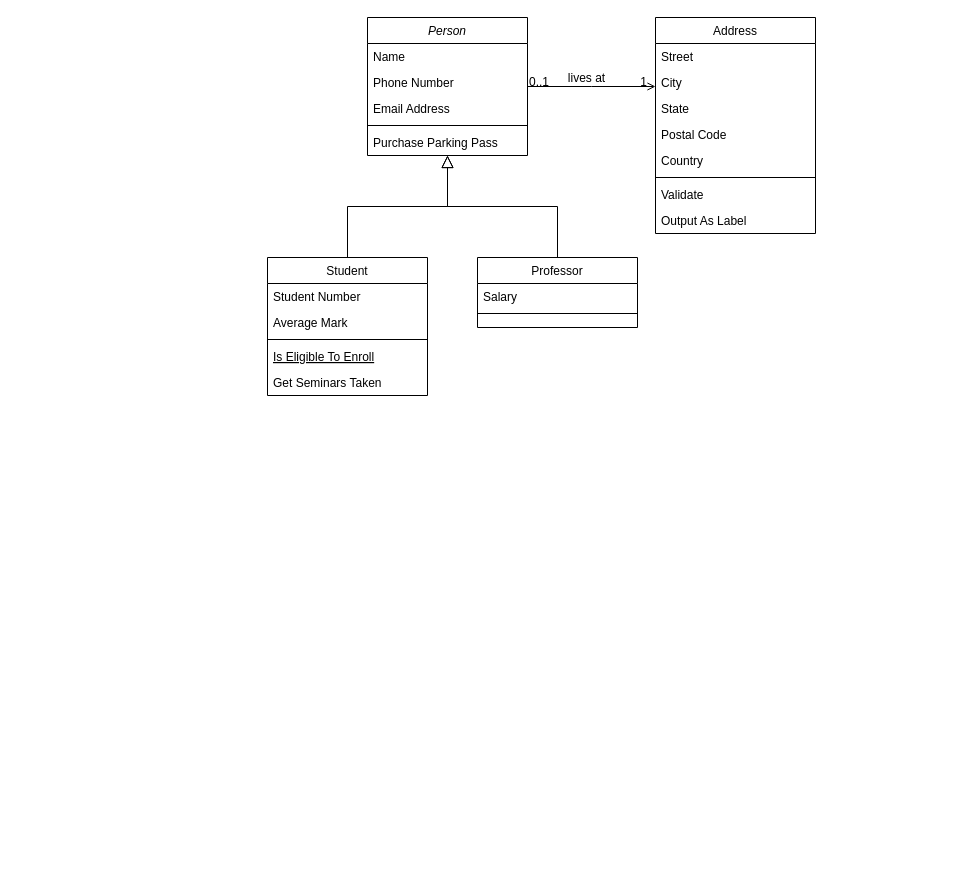
Earlier version of the draw.io diagram Ex01.drawio (JesCat16/Mod_Software). Source tidied: cells renumbered, new cells numbered last; positions are measured from the earlier drawing's top-left corner, leaving out a move shared by most shapes. Both pictures are drawn from the tidied source at 100%, with x=0, y=0 at pixel (267, 17).
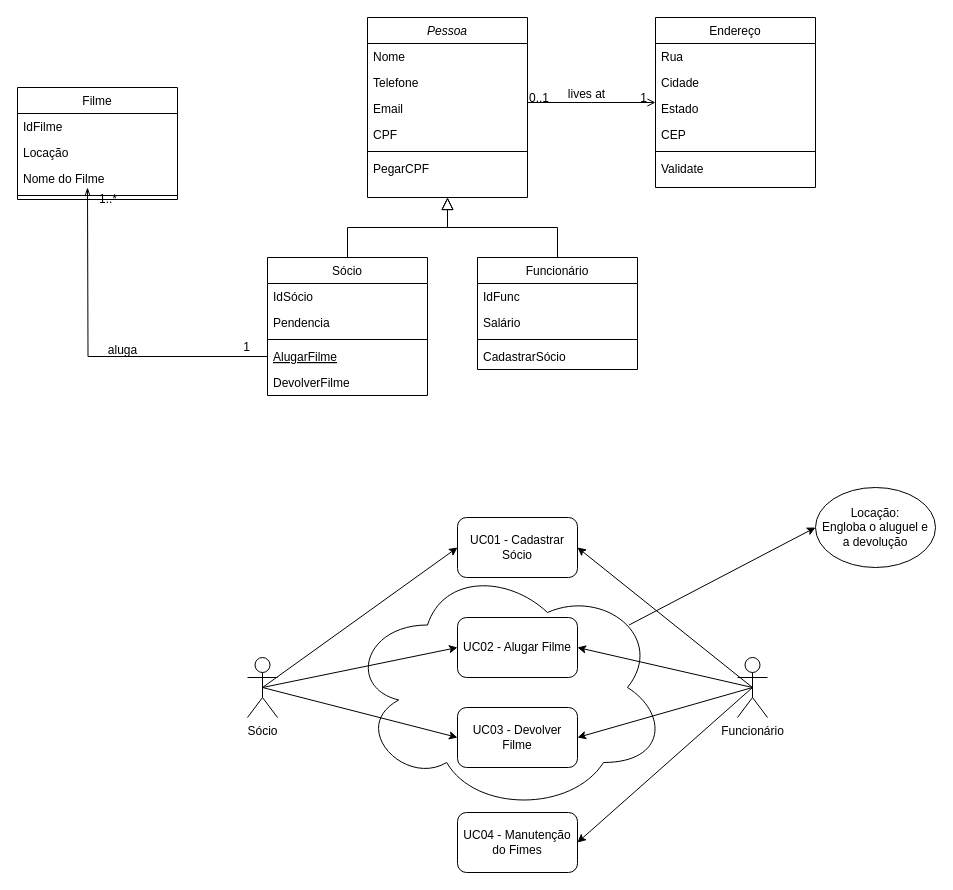
Above is the later version.

Change to the diagram source:
```diff
@@
+    <mxCell id="32" style="edgeStyle=none;rounded=0;jettySize=auto;html=1;exitX=0.88;exitY=0.25;exitDx=0;exitDy=0;exitPerimeter=0;entryX=0;entryY=0.5;entryDx=0;entryDy=0;" parent="1" edge="1" source="33" target="51">
+      <mxGeometry relative="1" as="geometry" />
+    </mxCell>
+    <mxCell id="33" style="ellipse;shape=cloud;whiteSpace=wrap;html=1;" parent="1" vertex="1">
+      <mxGeometry x="80" y="545" width="320" height="250" as="geometry" />
+    </mxCell>
-    <mxCell id="2" value="Person" style="swimlane;fontStyle=2;align=center;verticalAlign=top;horizontal=1;startSize=26;rounded=0;shadow=0;strokeWidth=1;" parent="1" vertex="1">
-      <mxGeometry x="100" width="160" height="138" as="geometry" />
+    <mxCell id="2" value="Pessoa" style="swimlane;fontStyle=2;align=center;verticalAlign=top;horizontal=1;startSize=26;rounded=0;shadow=0;strokeWidth=1;" parent="1" vertex="1">
+      <mxGeometry x="100" width="160" height="180" as="geometry" />
     </mxCell>
-    <mxCell id="3" value="Name" style="text;align=left;verticalAlign=top;spacingLeft=4;spacingRight=4;overflow=hidden;" parent="2" vertex="1">
+    <mxCell id="3" value="Nome" style="text;align=left;verticalAlign=top;spacingLeft=4;spacingRight=4;overflow=hidden;" parent="2" vertex="1">
       <mxGeometry y="26" width="160" height="26" as="geometry" />
     </mxCell>
-    <mxCell id="4" value="Phone Number" style="text;align=left;verticalAlign=top;spacingLeft=4;spacingRight=4;overflow=hidden;rounded=0;shadow=0;html=0;" parent="2" vertex="1">
+    <mxCell id="4" value="Telefone" style="text;align=left;verticalAlign=top;spacingLeft=4;spacingRight=4;overflow=hidden;rounded=0;shadow=0;html=0;" parent="2" vertex="1">
       <mxGeometry y="52" width="160" height="26" as="geometry" />
     </mxCell>
+    <mxCell id="34" value="Email " style="text;align=left;verticalAlign=top;spacingLeft=4;spacingRight=4;overflow=hidden;rounded=0;shadow=0;html=0;" parent="2" vertex="1">
+      <mxGeometry y="78" width="160" height="26" as="geometry" />
+    </mxCell>
-    <mxCell id="5" value="Email Address" style="text;align=left;verticalAlign=top;spacingLeft=4;spacingRight=4;overflow=hidden;rounded=0;shadow=0;html=0;" parent="2" vertex="1">
-      <mxGeometry y="78" width="160" height="26" as="geometry" />
+    <mxCell id="5" value="CPF" style="text;align=left;verticalAlign=top;spacingLeft=4;spacingRight=4;overflow=hidden;rounded=0;shadow=0;html=0;" parent="2" vertex="1">
+      <mxGeometry y="104" width="160" height="26" as="geometry" />
     </mxCell>
     <mxCell id="6" style="line;html=1;strokeWidth=1;align=left;verticalAlign=middle;spacingTop=-1;spacingLeft=3;spacingRight=3;labelPosition=right;" parent="2" vertex="1">
-      <mxGeometry y="104" width="160" height="8" as="geometry" />
+      <mxGeometry y="130" width="160" height="8" as="geometry" />
     </mxCell>
-    <mxCell id="7" value="Purchase Parking Pass" style="text;align=left;verticalAlign=top;spacingLeft=4;spacingRight=4;overflow=hidden;" parent="2" vertex="1">
-      <mxGeometry y="112" width="160" height="26" as="geometry" />
+    <mxCell id="7" value="PegarCPF" style="text;align=left;verticalAlign=top;spacingLeft=4;spacingRight=4;overflow=hidden;" parent="2" vertex="1">
+      <mxGeometry y="138" width="160" height="26" as="geometry" />
     </mxCell>
-    <mxCell id="8" value="Student" style="swimlane;fontStyle=0;align=center;verticalAlign=top;horizontal=1;startSize=26;rounded=0;shadow=0;strokeWidth=1;" parent="1" vertex="1">
+    <mxCell id="8" value="Sócio" style="swimlane;fontStyle=0;align=center;verticalAlign=top;horizontal=1;startSize=26;rounded=0;shadow=0;strokeWidth=1;" parent="1" vertex="1">
       <mxGeometry y="240" width="160" height="138" as="geometry" />
     </mxCell>
-    <mxCell id="9" value="Student Number" style="text;align=left;verticalAlign=top;spacingLeft=4;spacingRight=4;overflow=hidden;" parent="8" vertex="1">
+    <mxCell id="9" value="IdSócio" style="text;align=left;verticalAlign=top;spacingLeft=4;spacingRight=4;overflow=hidden;" parent="8" vertex="1">
       <mxGeometry y="26" width="160" height="26" as="geometry" />
     </mxCell>
-    <mxCell id="10" value="Average Mark" style="text;align=left;verticalAlign=top;spacingLeft=4;spacingRight=4;overflow=hidden;rounded=0;shadow=0;html=0;" parent="8" vertex="1">
+    <mxCell id="10" value="Pendencia" style="text;align=left;verticalAlign=top;spacingLeft=4;spacingRight=4;overflow=hidden;rounded=0;shadow=0;html=0;" parent="8" vertex="1">
       <mxGeometry y="52" width="160" height="26" as="geometry" />
     </mxCell>
@@
+    <mxCell id="35" style="edgeStyle=orthogonalEdgeStyle;rounded=0;jettySize=auto;html=1;exitX=0;exitY=0.5;exitDx=0;exitDy=0;endArrow=openThin;endFill=0;" parent="8" edge="1" source="12">
+      <mxGeometry relative="1" as="geometry">
+        <mxPoint x="-180" y="-70" as="targetPoint" />
+      </mxGeometry>
+    </mxCell>
-    <mxCell id="12" value="Is Eligible To Enroll" style="text;align=left;verticalAlign=top;spacingLeft=4;spacingRight=4;overflow=hidden;points=[[0,0.5],[1,0.5]];portConstraint=eastwest;fontStyle=4;" parent="8" vertex="1">
+    <mxCell id="12" value="AlugarFilme" style="text;align=left;verticalAlign=top;spacingLeft=4;spacingRight=4;overflow=hidden;points=[[0,0.5],[1,0.5]];portConstraint=eastwest;fontStyle=4;" parent="8" vertex="1">
       <mxGeometry y="86" width="160" height="26" as="geometry" />
     </mxCell>
-    <mxCell id="13" value="Get Seminars Taken" style="text;align=left;verticalAlign=top;spacingLeft=4;spacingRight=4;overflow=hidden;" parent="8" vertex="1">
+    <mxCell id="13" value="DevolverFilme" style="text;align=left;verticalAlign=top;spacingLeft=4;spacingRight=4;overflow=hidden;" parent="8" vertex="1">
       <mxGeometry y="112" width="160" height="26" as="geometry" />
     </mxCell>
@@
-    <mxCell id="15" value="Professor" style="swimlane;fontStyle=0;align=center;verticalAlign=top;horizontal=1;startSize=26;rounded=0;shadow=0;strokeWidth=1;" parent="1" vertex="1">
-      <mxGeometry x="210" y="240" width="160" height="70" as="geometry" />
+    <mxCell id="15" value="Funcionário" style="swimlane;fontStyle=0;align=center;verticalAlign=top;horizontal=1;startSize=26;rounded=0;shadow=0;strokeWidth=1;" parent="1" vertex="1">
+      <mxGeometry x="210" y="240" width="160" height="112" as="geometry" />
     </mxCell>
-    <mxCell id="16" value="Salary" style="text;align=left;verticalAlign=top;spacingLeft=4;spacingRight=4;overflow=hidden;" parent="15" vertex="1">
+    <mxCell id="16" value="IdFunc" style="text;align=left;verticalAlign=top;spacingLeft=4;spacingRight=4;overflow=hidden;" parent="15" vertex="1">
       <mxGeometry y="26" width="160" height="26" as="geometry" />
     </mxCell>
+    <mxCell id="36" value="Salário" style="text;align=left;verticalAlign=top;spacingLeft=4;spacingRight=4;overflow=hidden;rounded=0;shadow=0;html=0;" parent="15" vertex="1">
+      <mxGeometry y="52" width="160" height="26" as="geometry" />
+    </mxCell>
     <mxCell id="17" style="line;html=1;strokeWidth=1;align=left;verticalAlign=middle;spacingTop=-1;spacingLeft=3;spacingRight=3;labelPosition=right;" parent="15" vertex="1">
-      <mxGeometry y="52" width="160" height="8" as="geometry" />
+      <mxGeometry y="78" width="160" height="8" as="geometry" />
     </mxCell>
+    <mxCell id="37" value="CadastrarSócio" style="text;align=left;verticalAlign=top;spacingLeft=4;spacingRight=4;overflow=hidden;rounded=0;shadow=0;html=0;" parent="15" vertex="1">
+      <mxGeometry y="86" width="160" height="26" as="geometry" />
+    </mxCell>
@@
-    <mxCell id="19" value="Address" style="swimlane;fontStyle=0;align=center;verticalAlign=top;horizontal=1;startSize=26;rounded=0;shadow=0;strokeWidth=1;" parent="1" vertex="1">
-      <mxGeometry x="388" width="160" height="216" as="geometry" />
+    <mxCell id="19" value="Endereço" style="swimlane;fontStyle=0;align=center;verticalAlign=top;horizontal=1;startSize=26;rounded=0;shadow=0;strokeWidth=1;" parent="1" vertex="1">
+      <mxGeometry x="388" width="160" height="170" as="geometry" />
     </mxCell>
-    <mxCell id="20" value="Street" style="text;align=left;verticalAlign=top;spacingLeft=4;spacingRight=4;overflow=hidden;" parent="19" vertex="1">
+    <mxCell id="20" value="Rua" style="text;align=left;verticalAlign=top;spacingLeft=4;spacingRight=4;overflow=hidden;" parent="19" vertex="1">
       <mxGeometry y="26" width="160" height="26" as="geometry" />
     </mxCell>
-    <mxCell id="21" value="City" style="text;align=left;verticalAlign=top;spacingLeft=4;spacingRight=4;overflow=hidden;rounded=0;shadow=0;html=0;" parent="19" vertex="1">
+    <mxCell id="21" value="Cidade" style="text;align=left;verticalAlign=top;spacingLeft=4;spacingRight=4;overflow=hidden;rounded=0;shadow=0;html=0;" parent="19" vertex="1">
       <mxGeometry y="52" width="160" height="26" as="geometry" />
     </mxCell>
-    <mxCell id="22" value="State" style="text;align=left;verticalAlign=top;spacingLeft=4;spacingRight=4;overflow=hidden;rounded=0;shadow=0;html=0;" parent="19" vertex="1">
+    <mxCell id="22" value="Estado" style="text;align=left;verticalAlign=top;spacingLeft=4;spacingRight=4;overflow=hidden;rounded=0;shadow=0;html=0;" parent="19" vertex="1">
       <mxGeometry y="78" width="160" height="26" as="geometry" />
     </mxCell>
-    <mxCell id="23" value="Postal Code" style="text;align=left;verticalAlign=top;spacingLeft=4;spacingRight=4;overflow=hidden;rounded=0;shadow=0;html=0;" parent="19" vertex="1">
+    <mxCell id="23" value="CEP" style="text;align=left;verticalAlign=top;spacingLeft=4;spacingRight=4;overflow=hidden;rounded=0;shadow=0;html=0;" parent="19" vertex="1">
       <mxGeometry y="104" width="160" height="26" as="geometry" />
     </mxCell>
-    <mxCell id="24" value="Country" style="text;align=left;verticalAlign=top;spacingLeft=4;spacingRight=4;overflow=hidden;rounded=0;shadow=0;html=0;" parent="19" vertex="1">
-      <mxGeometry y="130" width="160" height="26" as="geometry" />
-    </mxCell>
     <mxCell id="25" style="line;html=1;strokeWidth=1;align=left;verticalAlign=middle;spacingTop=-1;spacingLeft=3;spacingRight=3;labelPosition=right;" parent="19" vertex="1">
-      <mxGeometry y="156" width="160" height="8" as="geometry" />
+      <mxGeometry y="130" width="160" height="8" as="geometry" />
     </mxCell>
     <mxCell id="26" value="Validate" style="text;align=left;verticalAlign=top;spacingLeft=4;spacingRight=4;overflow=hidden;" parent="19" vertex="1">
-      <mxGeometry y="164" width="160" height="26" as="geometry" />
+      <mxGeometry y="138" width="160" height="26" as="geometry" />
     </mxCell>
-    <mxCell id="27" value="Output As Label" style="text;align=left;verticalAlign=top;spacingLeft=4;spacingRight=4;overflow=hidden;" parent="19" vertex="1">
-      <mxGeometry y="190" width="160" height="26" as="geometry" />
-    </mxCell>
@@
+    <mxCell id="38" style="rounded=0;jettySize=auto;html=1;exitX=0.5;exitY=0.5;exitDx=0;exitDy=0;exitPerimeter=0;entryX=0;entryY=0.5;entryDx=0;entryDy=0;" parent="1" edge="1" source="41" target="47">
+      <mxGeometry relative="1" as="geometry" />
+    </mxCell>
+    <mxCell id="39" style="edgeStyle=none;rounded=0;jettySize=auto;html=1;exitX=0.5;exitY=0.5;exitDx=0;exitDy=0;exitPerimeter=0;entryX=0;entryY=0.5;entryDx=0;entryDy=0;" parent="1" edge="1" source="41" target="48">
+      <mxGeometry relative="1" as="geometry" />
+    </mxCell>
+    <mxCell id="40" style="edgeStyle=none;rounded=0;jettySize=auto;html=1;exitX=0.5;exitY=0.5;exitDx=0;exitDy=0;exitPerimeter=0;entryX=0;entryY=0.5;entryDx=0;entryDy=0;" parent="1" edge="1" source="41" target="49">
+      <mxGeometry relative="1" as="geometry" />
+    </mxCell>
+    <mxCell id="41" value="Sócio" style="shape=umlActor;verticalLabelPosition=bottom;verticalAlign=top;html=1;outlineConnect=0;" parent="1" vertex="1">
+      <mxGeometry x="-20" y="640" width="30" height="60" as="geometry" />
+    </mxCell>
+    <mxCell id="42" style="edgeStyle=none;rounded=0;jettySize=auto;html=1;exitX=0.5;exitY=0.5;exitDx=0;exitDy=0;exitPerimeter=0;entryX=1;entryY=0.5;entryDx=0;entryDy=0;" parent="1" edge="1" source="46" target="47">
+      <mxGeometry relative="1" as="geometry" />
+    </mxCell>
+    <mxCell id="43" style="edgeStyle=none;rounded=0;jettySize=auto;html=1;exitX=0.5;exitY=0.5;exitDx=0;exitDy=0;exitPerimeter=0;entryX=1;entryY=0.5;entryDx=0;entryDy=0;" parent="1" edge="1" source="46" target="48">
+      <mxGeometry relative="1" as="geometry" />
+    </mxCell>
+    <mxCell id="44" style="edgeStyle=none;rounded=0;jettySize=auto;html=1;exitX=0.5;exitY=0.5;exitDx=0;exitDy=0;exitPerimeter=0;entryX=1;entryY=0.5;entryDx=0;entryDy=0;" parent="1" edge="1" source="46" target="49">
+      <mxGeometry relative="1" as="geometry" />
+    </mxCell>
+    <mxCell id="45" style="edgeStyle=none;rounded=0;jettySize=auto;html=1;exitX=0.5;exitY=0.5;exitDx=0;exitDy=0;exitPerimeter=0;entryX=1;entryY=0.5;entryDx=0;entryDy=0;" parent="1" edge="1" source="46" target="50">
+      <mxGeometry relative="1" as="geometry" />
+    </mxCell>
+    <mxCell id="46" value="Funcionário" style="shape=umlActor;verticalLabelPosition=bottom;verticalAlign=top;html=1;outlineConnect=0;" parent="1" vertex="1">
+      <mxGeometry x="470" y="640" width="30" height="60" as="geometry" />
+    </mxCell>
+    <mxCell id="47" value="UC01 - Cadastrar&lt;div&gt;Sócio&lt;/div&gt;" style="rounded=1;whiteSpace=wrap;html=1;" parent="1" vertex="1">
+      <mxGeometry x="190" y="500" width="120" height="60" as="geometry" />
+    </mxCell>
+    <mxCell id="48" value="UC02 - Alugar Filme" style="rounded=1;whiteSpace=wrap;html=1;" parent="1" vertex="1">
+      <mxGeometry x="190" y="600" width="120" height="60" as="geometry" />
+    </mxCell>
+    <mxCell id="49" value="UC03 - Devolver&lt;div&gt;Filme&lt;/div&gt;" style="rounded=1;whiteSpace=wrap;html=1;" parent="1" vertex="1">
+      <mxGeometry x="190" y="690" width="120" height="60" as="geometry" />
+    </mxCell>
+    <mxCell id="50" value="UC04 - Manutenção do Fimes" style="rounded=1;whiteSpace=wrap;html=1;" parent="1" vertex="1">
+      <mxGeometry x="190" y="795" width="120" height="60" as="geometry" />
+    </mxCell>
+    <mxCell id="51" value="Locação:&lt;div&gt;Engloba o aluguel e&lt;/div&gt;&lt;div&gt;a devolução&lt;/div&gt;" style="ellipse;whiteSpace=wrap;html=1;" parent="1" vertex="1">
+      <mxGeometry x="548" y="470" width="120" height="80" as="geometry" />
+    </mxCell>
+    <mxCell id="52" value="Filme" style="swimlane;fontStyle=0;align=center;verticalAlign=top;horizontal=1;startSize=26;rounded=0;shadow=0;strokeWidth=1;" parent="1" vertex="1">
+      <mxGeometry x="-250" y="70" width="160" height="112" as="geometry" />
+    </mxCell>
+    <mxCell id="53" value="IdFilme" style="text;align=left;verticalAlign=top;spacingLeft=4;spacingRight=4;overflow=hidden;" parent="52" vertex="1">
+      <mxGeometry y="26" width="160" height="26" as="geometry" />
+    </mxCell>
+    <mxCell id="54" value="Locação" style="text;align=left;verticalAlign=top;spacingLeft=4;spacingRight=4;overflow=hidden;rounded=0;shadow=0;html=0;" parent="52" vertex="1">
+      <mxGeometry y="52" width="160" height="26" as="geometry" />
+    </mxCell>
+    <mxCell id="55" value="Nome do Filme" style="text;align=left;verticalAlign=top;spacingLeft=4;spacingRight=4;overflow=hidden;rounded=0;shadow=0;html=0;" parent="52" vertex="1">
+      <mxGeometry y="78" width="160" height="26" as="geometry" />
+    </mxCell>
+    <mxCell id="56" style="line;html=1;strokeWidth=1;align=left;verticalAlign=middle;spacingTop=-1;spacingLeft=3;spacingRight=3;labelPosition=right;" parent="52" vertex="1">
+      <mxGeometry y="104" width="160" height="8" as="geometry" />
+    </mxCell>
+    <mxCell id="57" value="1..*" style="align=left;verticalAlign=bottom;labelBackgroundColor=none;fontSize=12;" parent="1" vertex="1">
+      <mxGeometry x="-170" y="190" as="geometry" />
+    </mxCell>
+    <mxCell id="58" value="aluga" style="text;html=1;align=center;verticalAlign=middle;labelBackgroundColor=none;rounded=0;shadow=0;strokeWidth=1;fontSize=12;" parent="1" vertex="1">
+      <mxGeometry x="-130" y="330" as="geometry">
+        <mxPoint x="-16" y="2" as="offset" />
+      </mxGeometry>
+    </mxCell>
+    <mxCell id="59" value="1" style="align=right;verticalAlign=bottom;labelBackgroundColor=none;fontSize=12;" parent="1" vertex="1">
+      <mxGeometry x="400" y="104" as="geometry">
+        <mxPoint x="-416" y="234" as="offset" />
+      </mxGeometry>
+    </mxCell>
```
